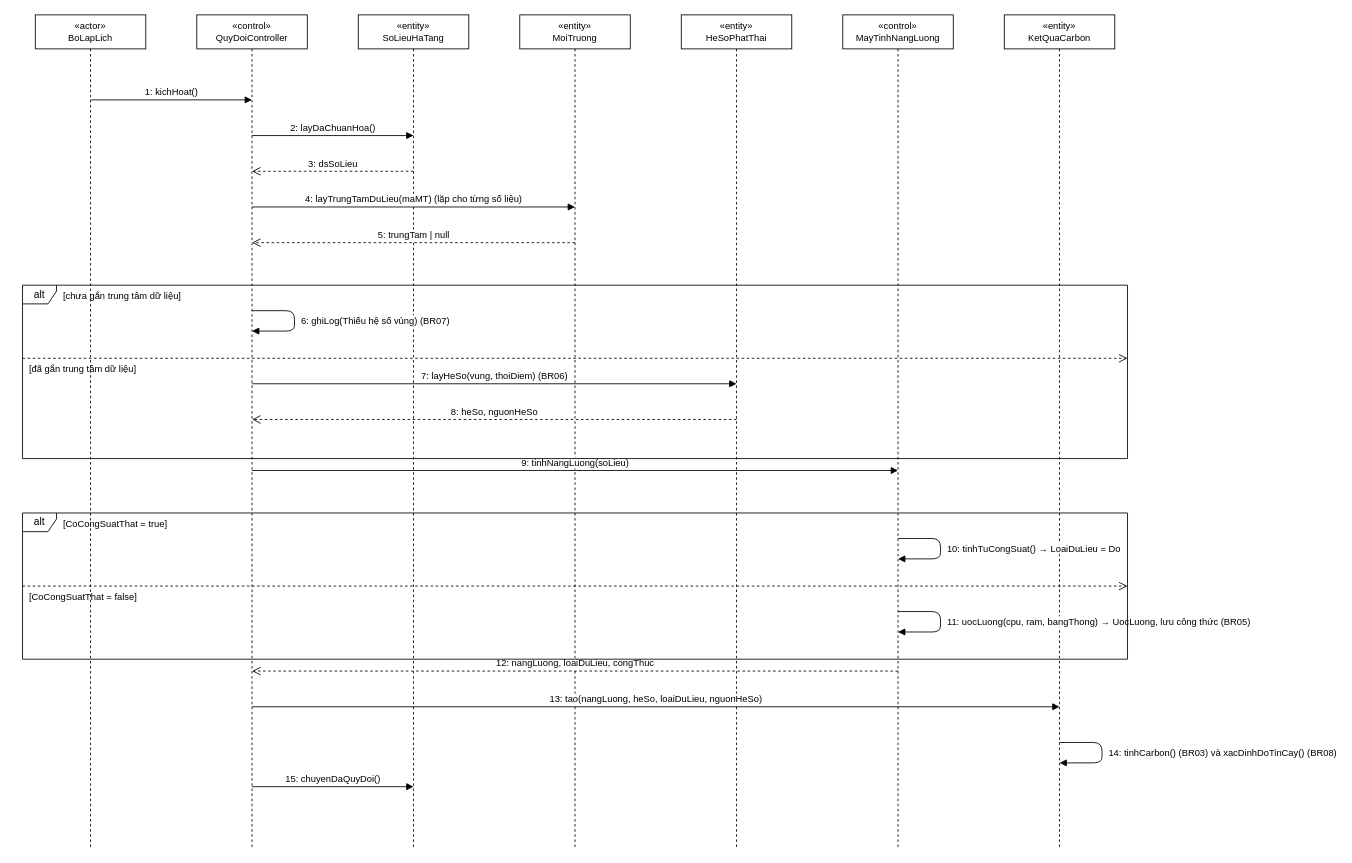
Before: docs/diagrams/03_TuanTu/UC_GD_011_Sequence_QuyDoiCarbon.drawio in TranThienNhan8279/GreenDash, a draw.io diagram. Source tidied: cells renumbered, new cells numbered last; positions are measured from the earlier drawing's top-left corner, leaving out a move shared by most shapes. Both pictures are drawn from the tidied source at 85%, with x=0, y=0 at pixel (22, 14).
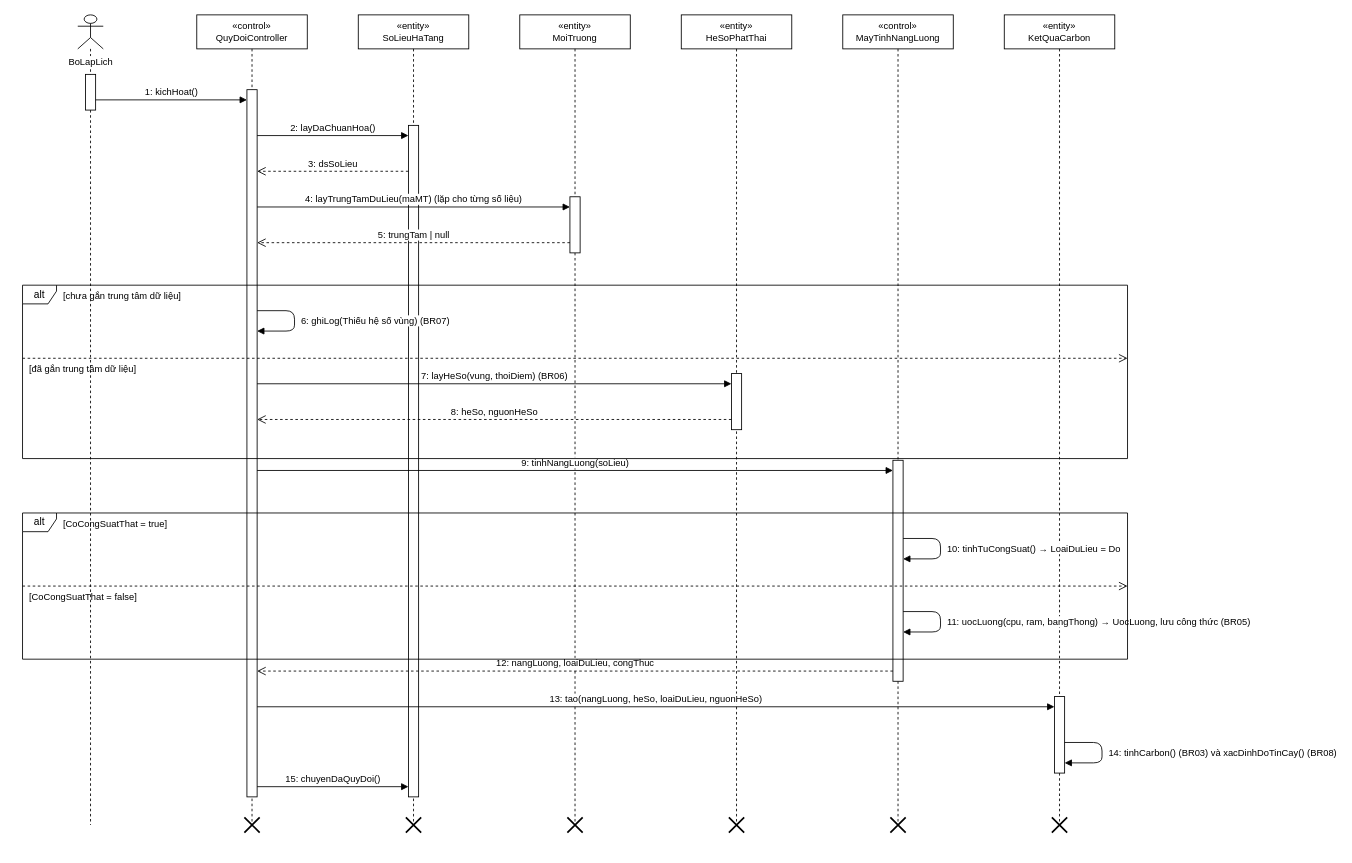
The same diagram, later.

What changed in the source:
```diff
@@
-    <mxCell id="2" value="«actor»&lt;br&gt;BoLapLich" style="shape=umlLifeline;perimeter=lifelinePerimeter;whiteSpace=wrap;html=1;fontSize=11;" parent="1" vertex="1">
-      <mxGeometry x="15" width="130" height="980" as="geometry" />
+    <mxCell id="2" value="BoLapLich" style="shape=umlLifeline;participant=umlActor;verticalAlign=top;spacingTop=42;labelBackgroundColor=#ffffff;perimeter=lifelinePerimeter;whiteSpace=nowrap;html=1;fontSize=11;" parent="1" vertex="1">
+      <mxGeometry x="65" width="30" height="953" as="geometry" />
     </mxCell>
     <mxCell id="3" value="«control»&lt;br&gt;QuyDoiController" style="shape=umlLifeline;perimeter=lifelinePerimeter;whiteSpace=wrap;html=1;fontSize=11;" parent="1" vertex="1">
-      <mxGeometry x="205" width="130" height="980" as="geometry" />
+      <mxGeometry x="205" width="130" height="953" as="geometry" />
     </mxCell>
     <mxCell id="4" value="«entity»&lt;br&gt;SoLieuHaTang" style="shape=umlLifeline;perimeter=lifelinePerimeter;whiteSpace=wrap;html=1;fontSize=11;" parent="1" vertex="1">
-      <mxGeometry x="395" width="130" height="980" as="geometry" />
+      <mxGeometry x="395" width="130" height="953" as="geometry" />
     </mxCell>
     <mxCell id="5" value="«entity»&lt;br&gt;MoiTruong" style="shape=umlLifeline;perimeter=lifelinePerimeter;whiteSpace=wrap;html=1;fontSize=11;" parent="1" vertex="1">
-      <mxGeometry x="585" width="130" height="980" as="geometry" />
+      <mxGeometry x="585" width="130" height="953" as="geometry" />
     </mxCell>
     <mxCell id="6" value="«entity»&lt;br&gt;HeSoPhatThai" style="shape=umlLifeline;perimeter=lifelinePerimeter;whiteSpace=wrap;html=1;fontSize=11;" parent="1" vertex="1">
-      <mxGeometry x="775" width="130" height="980" as="geometry" />
+      <mxGeometry x="775" width="130" height="953" as="geometry" />
     </mxCell>
     <mxCell id="7" value="«control»&lt;br&gt;MayTinhNangLuong" style="shape=umlLifeline;perimeter=lifelinePerimeter;whiteSpace=wrap;html=1;fontSize=11;" parent="1" vertex="1">
-      <mxGeometry x="965" width="130" height="980" as="geometry" />
+      <mxGeometry x="965" width="130" height="953" as="geometry" />
     </mxCell>
     <mxCell id="8" value="«entity»&lt;br&gt;KetQuaCarbon" style="shape=umlLifeline;perimeter=lifelinePerimeter;whiteSpace=wrap;html=1;fontSize=11;" parent="1" vertex="1">
-      <mxGeometry x="1155" width="130" height="980" as="geometry" />
+      <mxGeometry x="1155" width="130" height="953" as="geometry" />
     </mxCell>
+    <mxCell id="32" style="html=1;perimeter=orthogonalPerimeter;fillColor=#ffffff;strokeColor=#000000;" parent="1" vertex="1">
+      <mxGeometry x="74" y="70" width="12" height="42" as="geometry" />
+    </mxCell>
+    <mxCell id="33" style="html=1;perimeter=orthogonalPerimeter;fillColor=#ffffff;strokeColor=#000000;" parent="1" vertex="1">
+      <mxGeometry x="264" y="88" width="12" height="832" as="geometry" />
+    </mxCell>
+    <mxCell id="34" style="shape=umlDestroy;html=1;strokeWidth=2;strokeColor=#000000;" parent="1" vertex="1">
+      <mxGeometry x="261" y="944" width="18" height="18" as="geometry" />
+    </mxCell>
+    <mxCell id="35" style="html=1;perimeter=orthogonalPerimeter;fillColor=#ffffff;strokeColor=#000000;" parent="1" vertex="1">
+      <mxGeometry x="454" y="130" width="12" height="790" as="geometry" />
+    </mxCell>
+    <mxCell id="36" style="shape=umlDestroy;html=1;strokeWidth=2;strokeColor=#000000;" parent="1" vertex="1">
+      <mxGeometry x="451" y="944" width="18" height="18" as="geometry" />
+    </mxCell>
+    <mxCell id="37" style="html=1;perimeter=orthogonalPerimeter;fillColor=#ffffff;strokeColor=#000000;" parent="1" vertex="1">
+      <mxGeometry x="644" y="214" width="12" height="66" as="geometry" />
+    </mxCell>
+    <mxCell id="38" style="shape=umlDestroy;html=1;strokeWidth=2;strokeColor=#000000;" parent="1" vertex="1">
+      <mxGeometry x="641" y="944" width="18" height="18" as="geometry" />
+    </mxCell>
+    <mxCell id="39" style="html=1;perimeter=orthogonalPerimeter;fillColor=#ffffff;strokeColor=#000000;" parent="1" vertex="1">
+      <mxGeometry x="834" y="422" width="12" height="66" as="geometry" />
+    </mxCell>
+    <mxCell id="40" style="shape=umlDestroy;html=1;strokeWidth=2;strokeColor=#000000;" parent="1" vertex="1">
+      <mxGeometry x="831" y="944" width="18" height="18" as="geometry" />
+    </mxCell>
+    <mxCell id="41" style="html=1;perimeter=orthogonalPerimeter;fillColor=#ffffff;strokeColor=#000000;" parent="1" vertex="1">
+      <mxGeometry x="1024" y="524" width="12" height="260" as="geometry" />
+    </mxCell>
+    <mxCell id="42" style="shape=umlDestroy;html=1;strokeWidth=2;strokeColor=#000000;" parent="1" vertex="1">
+      <mxGeometry x="1021" y="944" width="18" height="18" as="geometry" />
+    </mxCell>
+    <mxCell id="43" style="html=1;perimeter=orthogonalPerimeter;fillColor=#ffffff;strokeColor=#000000;" parent="1" vertex="1">
+      <mxGeometry x="1214" y="802" width="12" height="90" as="geometry" />
+    </mxCell>
+    <mxCell id="44" style="shape=umlDestroy;html=1;strokeWidth=2;strokeColor=#000000;" parent="1" vertex="1">
+      <mxGeometry x="1211" y="944" width="18" height="18" as="geometry" />
+    </mxCell>
     <mxCell id="9" value="1: kichHoat()" style="html=1;verticalAlign=bottom;endArrow=block;endFill=1;" parent="1" edge="1">
       <mxGeometry relative="1" as="geometry">
-        <mxPoint x="80" y="100" as="sourcePoint" />
-        <mxPoint x="270" y="100" as="targetPoint" />
+        <mxPoint x="86" y="100" as="sourcePoint" />
+        <mxPoint x="264" y="100" as="targetPoint" />
       </mxGeometry>
     </mxCell>
     <mxCell id="10" value="2: layDaChuanHoa()" style="html=1;verticalAlign=bottom;endArrow=block;endFill=1;" parent="1" edge="1">
       <mxGeometry relative="1" as="geometry">
-        <mxPoint x="270" y="142" as="sourcePoint" />
-        <mxPoint x="460" y="142" as="targetPoint" />
+        <mxPoint x="276" y="142" as="sourcePoint" />
+        <mxPoint x="454" y="142" as="targetPoint" />
       </mxGeometry>
     </mxCell>
     <mxCell id="11" value="3: dsSoLieu" style="html=1;verticalAlign=bottom;endArrow=open;endSize=8;dashed=1;" parent="1" edge="1">
       <mxGeometry relative="1" as="geometry">
-        <mxPoint x="460" y="184" as="sourcePoint" />
-        <mxPoint x="270" y="184" as="targetPoint" />
+        <mxPoint x="454" y="184" as="sourcePoint" />
+        <mxPoint x="276" y="184" as="targetPoint" />
       </mxGeometry>
     </mxCell>
     <mxCell id="12" value="4: layTrungTamDuLieu(maMT)  (lặp cho từng số liệu)" style="html=1;verticalAlign=bottom;endArrow=block;endFill=1;" parent="1" edge="1">
       <mxGeometry relative="1" as="geometry">
-        <mxPoint x="270" y="226" as="sourcePoint" />
-        <mxPoint x="650" y="226" as="targetPoint" />
+        <mxPoint x="276" y="226" as="sourcePoint" />
+        <mxPoint x="644" y="226" as="targetPoint" />
       </mxGeometry>
     </mxCell>
     <mxCell id="13" value="5: trungTam | null" style="html=1;verticalAlign=bottom;endArrow=open;endSize=8;dashed=1;" parent="1" edge="1">
       <mxGeometry relative="1" as="geometry">
-        <mxPoint x="650" y="268" as="sourcePoint" />
-        <mxPoint x="270" y="268" as="targetPoint" />
+        <mxPoint x="644" y="268" as="sourcePoint" />
+        <mxPoint x="276" y="268" as="targetPoint" />
       </mxGeometry>
     </mxCell>
     <mxCell id="14" value="6: ghiLog(Thiếu hệ số vùng)  (BR07)" style="html=1;verticalAlign=bottom;endArrow=block;endFill=1;align=left;spacingLeft=6;verticalAlign=middle;" parent="1" edge="1">
       <mxGeometry relative="1" as="geometry">
-        <mxPoint x="270" y="348" as="sourcePoint" />
-        <mxPoint x="270" y="372" as="targetPoint" />
+        <mxPoint x="276" y="348" as="sourcePoint" />
+        <mxPoint x="276" y="372" as="targetPoint" />
         <Array as="points">
           <mxPoint x="320" y="348" />
           <mxPoint x="320" y="372" />
         </Array>
       </mxGeometry>
     </mxCell>
     <mxCell id="15" value="7: layHeSo(vung, thoiDiem)  (BR06)" style="html=1;verticalAlign=bottom;endArrow=block;endFill=1;" parent="1" edge="1">
       <mxGeometry relative="1" as="geometry">
-        <mxPoint x="270" y="434" as="sourcePoint" />
-        <mxPoint x="840" y="434" as="targetPoint" />
+        <mxPoint x="276" y="434" as="sourcePoint" />
+        <mxPoint x="834" y="434" as="targetPoint" />
       </mxGeometry>
     </mxCell>
     <mxCell id="16" value="8: heSo, nguonHeSo" style="html=1;verticalAlign=bottom;endArrow=open;endSize=8;dashed=1;" parent="1" edge="1">
       <mxGeometry relative="1" as="geometry">
-        <mxPoint x="840" y="476" as="sourcePoint" />
-        <mxPoint x="270" y="476" as="targetPoint" />
+        <mxPoint x="834" y="476" as="sourcePoint" />
+        <mxPoint x="276" y="476" as="targetPoint" />
       </mxGeometry>
     </mxCell>
     <mxCell id="17" value="9: tinhNangLuong(soLieu)" style="html=1;verticalAlign=bottom;endArrow=block;endFill=1;" parent="1" edge="1">
       <mxGeometry relative="1" as="geometry">
-        <mxPoint x="270" y="536" as="sourcePoint" />
-        <mxPoint x="1030" y="536" as="targetPoint" />
+        <mxPoint x="276" y="536" as="sourcePoint" />
+        <mxPoint x="1024" y="536" as="targetPoint" />
       </mxGeometry>
     </mxCell>
     <mxCell id="18" value="10: tinhTuCongSuat()  → LoaiDuLieu = Do" style="html=1;verticalAlign=bottom;endArrow=block;endFill=1;align=left;spacingLeft=6;verticalAlign=middle;" parent="1" edge="1">
       <mxGeometry relative="1" as="geometry">
-        <mxPoint x="1030" y="616" as="sourcePoint" />
-        <mxPoint x="1030" y="640" as="targetPoint" />
+        <mxPoint x="1036" y="616" as="sourcePoint" />
+        <mxPoint x="1036" y="640" as="targetPoint" />
         <Array as="points">
           <mxPoint x="1080" y="616" />
           <mxPoint x="1080" y="640" />
         </Array>
       </mxGeometry>
     </mxCell>
     <mxCell id="19" value="11: uocLuong(cpu, ram, bangThong)  → UocLuong, lưu công thức (BR05)" style="html=1;verticalAlign=bottom;endArrow=block;endFill=1;align=left;spacingLeft=6;verticalAlign=middle;" parent="1" edge="1">
       <mxGeometry relative="1" as="geometry">
-        <mxPoint x="1030" y="702" as="sourcePoint" />
-        <mxPoint x="1030" y="726" as="targetPoint" />
+        <mxPoint x="1036" y="702" as="sourcePoint" />
+        <mxPoint x="1036" y="726" as="targetPoint" />
         <Array as="points">
           <mxPoint x="1080" y="702" />
           <mxPoint x="1080" y="726" />
         </Array>
       </mxGeometry>
     </mxCell>
     <mxCell id="20" value="12: nangLuong, loaiDuLieu, congThuc" style="html=1;verticalAlign=bottom;endArrow=open;endSize=8;dashed=1;" parent="1" edge="1">
       <mxGeometry relative="1" as="geometry">
-        <mxPoint x="1030" y="772" as="sourcePoint" />
-        <mxPoint x="270" y="772" as="targetPoint" />
+        <mxPoint x="1024" y="772" as="sourcePoint" />
+        <mxPoint x="276" y="772" as="targetPoint" />
       </mxGeometry>
     </mxCell>
     <mxCell id="21" value="13: tao(nangLuong, heSo, loaiDuLieu, nguonHeSo)" style="html=1;verticalAlign=bottom;endArrow=block;endFill=1;" parent="1" edge="1">
       <mxGeometry relative="1" as="geometry">
-        <mxPoint x="270" y="814" as="sourcePoint" />
-        <mxPoint x="1220" y="814" as="targetPoint" />
+        <mxPoint x="276" y="814" as="sourcePoint" />
+        <mxPoint x="1214" y="814" as="targetPoint" />
       </mxGeometry>
     </mxCell>
     <mxCell id="22" value="14: tinhCarbon()  (BR03) và xacDinhDoTinCay()  (BR08)" style="html=1;verticalAlign=bottom;endArrow=block;endFill=1;align=left;spacingLeft=6;verticalAlign=middle;" parent="1" edge="1">
       <mxGeometry relative="1" as="geometry">
-        <mxPoint x="1220" y="856" as="sourcePoint" />
-        <mxPoint x="1220" y="880" as="targetPoint" />
+        <mxPoint x="1226" y="856" as="sourcePoint" />
+        <mxPoint x="1226" y="880" as="targetPoint" />
         <Array as="points">
           <mxPoint x="1270" y="856" />
           <mxPoint x="1270" y="880" />
         </Array>
       </mxGeometry>
     </mxCell>
     <mxCell id="23" value="15: chuyenDaQuyDoi()" style="html=1;verticalAlign=bottom;endArrow=block;endFill=1;" parent="1" edge="1">
       <mxGeometry relative="1" as="geometry">
-        <mxPoint x="270" y="908" as="sourcePoint" />
-        <mxPoint x="460" y="908" as="targetPoint" />
+        <mxPoint x="276" y="908" as="sourcePoint" />
+        <mxPoint x="454" y="908" as="targetPoint" />
       </mxGeometry>
     </mxCell>
```
